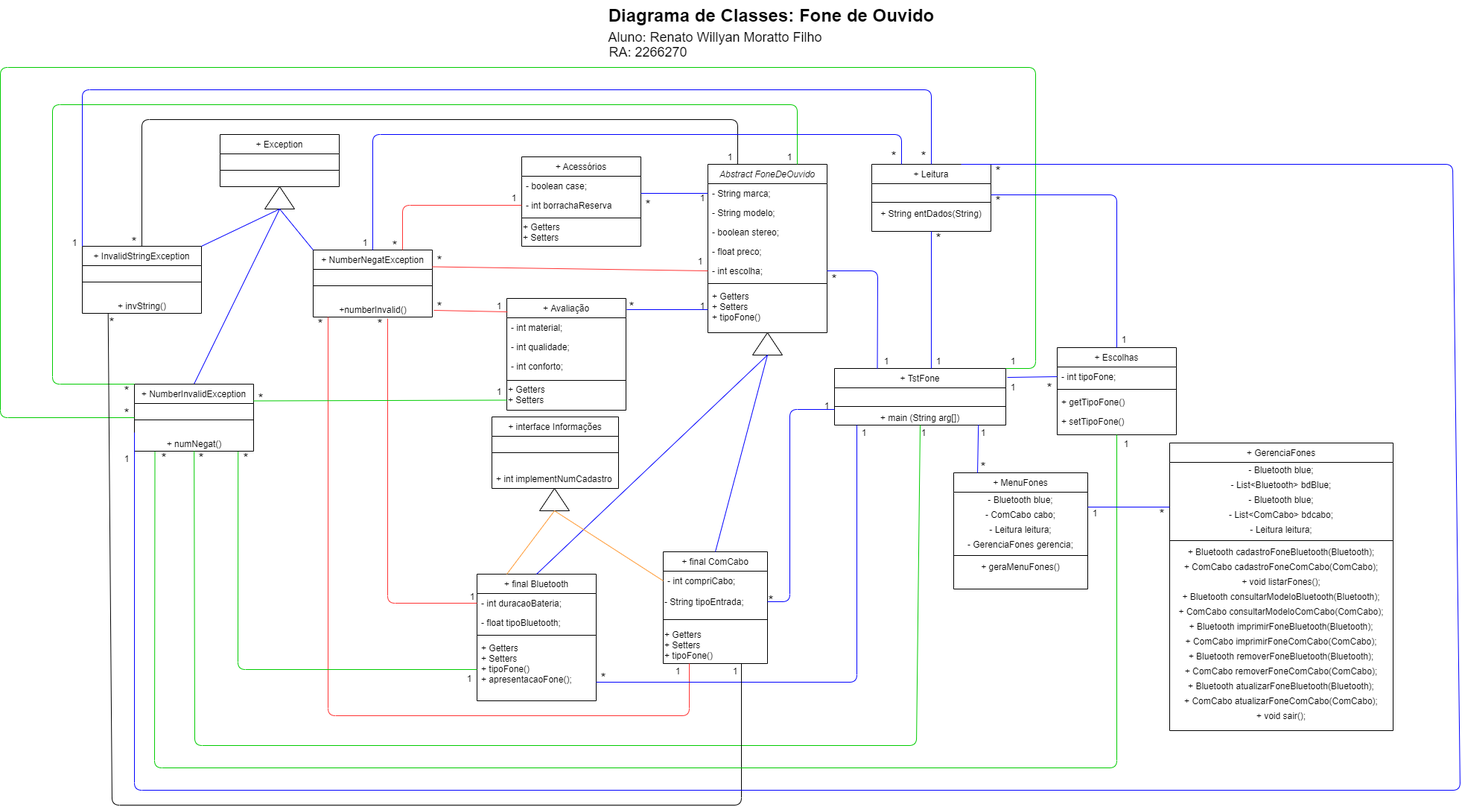
This is Diagrama de Classes - Fone de Ouvido.png from RenatoMoratto/fone-de-ouvido-java, a draw.io export, as it was before one commit. Source tidied: cells renumbered, new cells last; positions are measured from the earlier drawing's top-left corner, leaving out a move shared by most shapes.
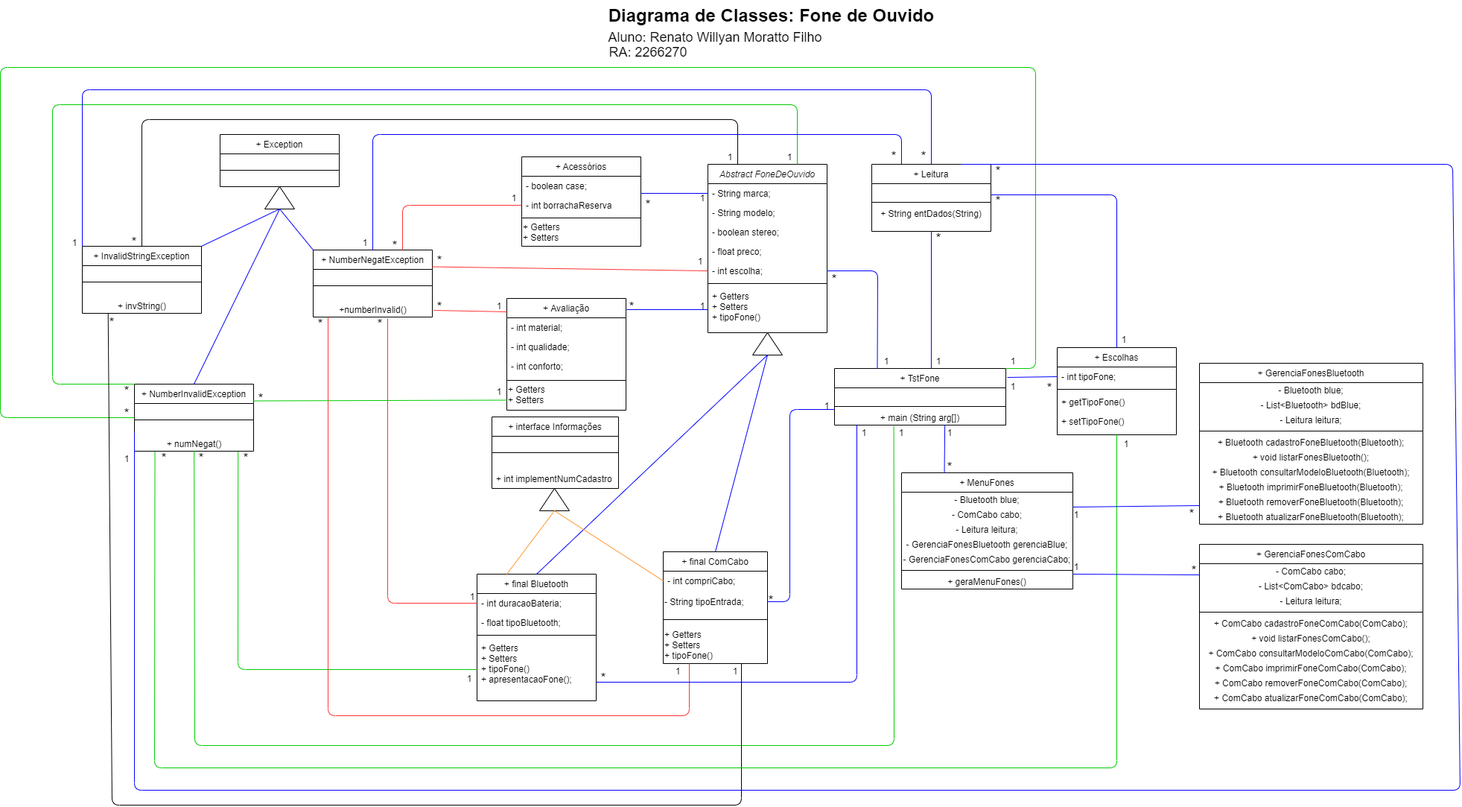
After the commit.

Diff of the diagram source:
```diff
@@ -301,11 +301,11 @@
     <mxCell id="92" value="1" style="text;html=1;strokeColor=none;fillColor=none;align=center;verticalAlign=middle;whiteSpace=wrap;" parent="1" vertex="1">
       <mxGeometry x="680" y="255" width="20" height="20" as="geometry" />
     </mxCell>
-    <mxCell id="93" style="endArrow=none;html=1;strokeColor=#00CC00;exitX=0.501;exitY=0.998;exitDx=0;exitDy=0;exitPerimeter=0;entryX=0.5;entryY=1;entryDx=0;entryDy=0;" parent="1" edge="1" source="61" target="32">
+    <mxCell id="93" style="endArrow=none;html=1;strokeColor=#00CC00;exitX=0.501;exitY=0.998;exitDx=0;exitDy=0;exitPerimeter=0;entryX=0.346;entryY=1.067;entryDx=0;entryDy=0;entryPerimeter=0;" parent="1" edge="1" source="61" target="32">
       <mxGeometry relative="1" as="geometry">
         <Array as="points">
           <mxPoint x="261" y="1000" />
-          <mxPoint x="1230" y="1000" />
+          <mxPoint x="1200" y="1000" />
         </Array>
       </mxGeometry>
     </mxCell>
@@ -313,7 +313,7 @@
       <mxGeometry x="260" y="605" width="20" height="20" as="geometry" />
     </mxCell>
     <mxCell id="95" value="1" style="text;html=1;strokeColor=none;fillColor=none;align=center;verticalAlign=middle;whiteSpace=wrap;" parent="1" vertex="1">
-      <mxGeometry x="1230" y="570" width="20" height="20" as="geometry" />
+      <mxGeometry x="1200" y="570" width="20" height="20" as="geometry" />
     </mxCell>
     <mxCell id="96" style="endArrow=none;html=1;fontSize=18;exitX=0;exitY=0.5;exitDx=0;exitDy=0;strokeColor=#00CC00;entryX=1;entryY=0;entryDx=0;entryDy=0;" parent="1" edge="1" source="59" target="29">
       <mxGeometry relative="1" as="geometry">
@@ -514,8 +514,8 @@
     <mxCell id="142" value="*" style="text;html=1;strokeColor=none;fillColor=none;align=center;verticalAlign=middle;whiteSpace=wrap;fontSize=18;" parent="1" vertex="1">
       <mxGeometry x="1190" y="200" width="20" height="20" as="geometry" />
     </mxCell>
-    <mxCell id="143" value="+ GerenciaFones" style="swimlane;fontStyle=0;align=center;verticalAlign=top;horizontal=1;startSize=26;shadow=0;strokeWidth=1;" parent="1" vertex="1">
-      <mxGeometry x="1570" y="594" width="300" height="386" as="geometry" />
+    <mxCell id="143" value="+ GerenciaFonesBluetooth" style="swimlane;fontStyle=0;align=center;verticalAlign=top;horizontal=1;startSize=26;shadow=0;strokeWidth=1;" parent="1" vertex="1">
+      <mxGeometry x="1610" y="487" width="300" height="216" as="geometry" />
     </mxCell>
     <mxCell id="144" value="- Bluetooth blue;" style="text;html=1;strokeColor=none;fillColor=none;align=center;verticalAlign=middle;whiteSpace=wrap;" parent="143" vertex="1">
       <mxGeometry y="26" width="300" height="20" as="geometry" />
@@ -523,92 +523,113 @@
     <mxCell id="145" value="- List&amp;lt;Bluetooth&amp;gt; bdBlue;" style="text;html=1;strokeColor=none;fillColor=none;align=center;verticalAlign=middle;whiteSpace=wrap;" parent="143" vertex="1">
       <mxGeometry y="46" width="300" height="20" as="geometry" />
     </mxCell>
-    <mxCell id="146" value="- Bluetooth blue;" style="text;html=1;strokeColor=none;fillColor=none;align=center;verticalAlign=middle;whiteSpace=wrap;" parent="143" vertex="1">
-      <mxGeometry y="66" width="300" height="20" as="geometry" />
-    </mxCell>
-    <mxCell id="147" value="- List&amp;lt;ComCabo&amp;gt; bdcabo;" style="text;html=1;strokeColor=none;fillColor=none;align=center;verticalAlign=middle;whiteSpace=wrap;" parent="143" vertex="1">
-      <mxGeometry y="86" width="300" height="20" as="geometry" />
-    </mxCell>
     <mxCell id="148" value="- Leitura leitura;&lt;span style=&quot;color: rgba(0 , 0 , 0 , 0) ; font-family: monospace ; font-size: 0px&quot;&gt;%3CmxGraphModel%3E%3Croot%3E%3CmxCell%20id%3D%220%22%2F%3E%3CmxCell%20id%3D%221%22%20parent%3D%220%22%2F%3E%3CmxCell%20id%3D%222%22%20value%3D%22-%20Bluetooth%20blue%3B%22%20style%3D%22text%3Bhtml%3D1%3BstrokeColor%3Dnone%3BfillColor%3Dnone%3Balign%3Dcenter%3BverticalAlign%3Dmiddle%3BwhiteSpace%3Dwrap%3B%22%20vertex%3D%221%22%20parent%3D%221%22%3E%3CmxGeometry%20x%3D%22330%22%20y%3D%22351%22%20width%3D%22160%22%20height%3D%2220%22%20as%3D%22geometry%22%2F%3E%3C%2FmxCell%3E%3C%2Froot%3E%3C%2FmxGraphModel%3E&lt;/span&gt;" style="text;html=1;strokeColor=none;fillColor=none;align=center;verticalAlign=middle;whiteSpace=wrap;" parent="143" vertex="1">
-      <mxGeometry y="106" width="300" height="20" as="geometry" />
+      <mxGeometry y="66" width="300" height="20" as="geometry" />
     </mxCell>
     <mxCell id="149" style="line;html=1;strokeWidth=1;align=left;verticalAlign=middle;spacingTop=-1;spacingLeft=3;spacingRight=3;labelPosition=right;" parent="143" vertex="1">
-      <mxGeometry y="126" width="300" height="10" as="geometry" />
+      <mxGeometry y="86" width="300" height="10" as="geometry" />
     </mxCell>
     <mxCell id="150" value="+ Bluetooth cadastroFoneBluetooth(Bluetooth);" style="text;html=1;strokeColor=none;fillColor=none;align=center;verticalAlign=middle;whiteSpace=wrap;" parent="143" vertex="1">
-      <mxGeometry y="136" width="300" height="20" as="geometry" />
+      <mxGeometry y="96" width="300" height="20" as="geometry" />
     </mxCell>
-    <mxCell id="151" value="+ ComCabo cadastroFoneComCabo(ComCabo);" style="text;html=1;strokeColor=none;fillColor=none;align=center;verticalAlign=middle;whiteSpace=wrap;" parent="143" vertex="1">
-      <mxGeometry y="156" width="300" height="20" as="geometry" />
-    </mxCell>
-    <mxCell id="152" value="+ void listarFones();" style="text;html=1;strokeColor=none;fillColor=none;align=center;verticalAlign=middle;whiteSpace=wrap;" parent="143" vertex="1">
-      <mxGeometry y="176" width="300" height="20" as="geometry" />
+    <mxCell id="152" value="+ void listarFonesBluetooth();" style="text;html=1;strokeColor=none;fillColor=none;align=center;verticalAlign=middle;whiteSpace=wrap;" parent="143" vertex="1">
+      <mxGeometry y="116" width="300" height="20" as="geometry" />
     </mxCell>
     <mxCell id="153" value="+ Bluetooth consultarModeloBluetooth(Bluetooth);" style="text;html=1;strokeColor=none;fillColor=none;align=center;verticalAlign=middle;whiteSpace=wrap;" parent="143" vertex="1">
-      <mxGeometry y="196" width="300" height="20" as="geometry" />
+      <mxGeometry y="136" width="300" height="20" as="geometry" />
     </mxCell>
-    <mxCell id="154" value="+ ComCabo consultarModeloComCabo(ComCabo);" style="text;html=1;strokeColor=none;fillColor=none;align=center;verticalAlign=middle;whiteSpace=wrap;" parent="143" vertex="1">
-      <mxGeometry y="216" width="300" height="20" as="geometry" />
-    </mxCell>
     <mxCell id="155" value="+ Bluetooth imprimirFoneBluetooth(Bluetooth);" style="text;html=1;strokeColor=none;fillColor=none;align=center;verticalAlign=middle;whiteSpace=wrap;" parent="143" vertex="1">
-      <mxGeometry y="236" width="300" height="20" as="geometry" />
+      <mxGeometry y="156" width="300" height="20" as="geometry" />
     </mxCell>
-    <mxCell id="156" value="+ ComCabo imprimirFoneComCabo(ComCabo);" style="text;html=1;strokeColor=none;fillColor=none;align=center;verticalAlign=middle;whiteSpace=wrap;" parent="143" vertex="1">
-      <mxGeometry y="256" width="300" height="20" as="geometry" />
-    </mxCell>
     <mxCell id="157" value="+ Bluetooth removerFoneBluetooth(Bluetooth);" style="text;html=1;strokeColor=none;fillColor=none;align=center;verticalAlign=middle;whiteSpace=wrap;" parent="143" vertex="1">
-      <mxGeometry y="276" width="300" height="20" as="geometry" />
+      <mxGeometry y="176" width="300" height="20" as="geometry" />
     </mxCell>
-    <mxCell id="158" value="+ ComCabo removerFoneComCabo(ComCabo);" style="text;html=1;strokeColor=none;fillColor=none;align=center;verticalAlign=middle;whiteSpace=wrap;" parent="143" vertex="1">
-      <mxGeometry y="296" width="300" height="20" as="geometry" />
-    </mxCell>
     <mxCell id="159" value="+ Bluetooth atualizarFoneBluetooth(Bluetooth);" style="text;html=1;strokeColor=none;fillColor=none;align=center;verticalAlign=middle;whiteSpace=wrap;" parent="143" vertex="1">
-      <mxGeometry y="316" width="300" height="20" as="geometry" />
+      <mxGeometry y="196" width="300" height="20" as="geometry" />
     </mxCell>
-    <mxCell id="160" value="+ ComCabo atualizarFoneComCabo(ComCabo);" style="text;html=1;strokeColor=none;fillColor=none;align=center;verticalAlign=middle;whiteSpace=wrap;" parent="143" vertex="1">
-      <mxGeometry y="336" width="300" height="20" as="geometry" />
-    </mxCell>
-    <mxCell id="161" value="+ void sair();" style="text;html=1;strokeColor=none;fillColor=none;align=center;verticalAlign=middle;whiteSpace=wrap;" parent="143" vertex="1">
-      <mxGeometry y="356" width="300" height="20" as="geometry" />
-    </mxCell>
     <mxCell id="162" value="+ MenuFones" style="swimlane;fontStyle=0;align=center;verticalAlign=top;horizontal=1;startSize=26;shadow=0;strokeWidth=1;" parent="1" vertex="1">
-      <mxGeometry x="1280" y="634" width="180" height="156" as="geometry" />
+      <mxGeometry x="1210" y="634" width="230" height="156" as="geometry" />
     </mxCell>
     <mxCell id="163" value="- Bluetooth blue;" style="text;html=1;strokeColor=none;fillColor=none;align=center;verticalAlign=middle;whiteSpace=wrap;" parent="162" vertex="1">
-      <mxGeometry y="26" width="180" height="20" as="geometry" />
+      <mxGeometry y="26" width="230" height="20" as="geometry" />
     </mxCell>
     <mxCell id="164" value="- ComCabo cabo;" style="text;html=1;strokeColor=none;fillColor=none;align=center;verticalAlign=middle;whiteSpace=wrap;" parent="162" vertex="1">
-      <mxGeometry y="46" width="180" height="20" as="geometry" />
+      <mxGeometry y="46" width="230" height="20" as="geometry" />
     </mxCell>
     <mxCell id="165" value="- Leitura leitura;&lt;span style=&quot;color: rgba(0 , 0 , 0 , 0) ; font-family: monospace ; font-size: 0px&quot;&gt;%3CmxGraphModel%3E%3Croot%3E%3CmxCell%20id%3D%220%22%2F%3E%3CmxCell%20id%3D%221%22%20parent%3D%220%22%2F%3E%3CmxCell%20id%3D%222%22%20value%3D%22-%20Bluetooth%20blue%3B%22%20style%3D%22text%3Bhtml%3D1%3BstrokeColor%3Dnone%3BfillColor%3Dnone%3Balign%3Dcenter%3BverticalAlign%3Dmiddle%3BwhiteSpace%3Dwrap%3B%22%20vertex%3D%221%22%20parent%3D%221%22%3E%3CmxGeometry%20x%3D%22330%22%20y%3D%22351%22%20width%3D%22160%22%20height%3D%2220%22%20as%3D%22geometry%22%2F%3E%3C%2FmxCell%3E%3C%2Froot%3E%3C%2FmxGraphModel%3E&lt;/span&gt;" style="text;html=1;strokeColor=none;fillColor=none;align=center;verticalAlign=middle;whiteSpace=wrap;" parent="162" vertex="1">
-      <mxGeometry y="66" width="180" height="20" as="geometry" />
+      <mxGeometry y="66" width="230" height="20" as="geometry" />
     </mxCell>
-    <mxCell id="166" value="- GerenciaFones gerencia;" style="text;html=1;strokeColor=none;fillColor=none;align=center;verticalAlign=middle;whiteSpace=wrap;" parent="162" vertex="1">
-      <mxGeometry y="86" width="180" height="20" as="geometry" />
+    <mxCell id="166" value="- GerenciaFonesBluetooth gerenciaBlue;" style="text;html=1;strokeColor=none;fillColor=none;align=center;verticalAlign=middle;whiteSpace=wrap;" parent="162" vertex="1">
+      <mxGeometry y="86" width="230" height="20" as="geometry" />
     </mxCell>
+    <mxCell id="175" value="- GerenciaFonesComCabo gerenciaCabo;" style="text;html=1;strokeColor=none;fillColor=none;align=center;verticalAlign=middle;whiteSpace=wrap;" parent="162" vertex="1">
+      <mxGeometry y="106" width="230" height="20" as="geometry" />
+    </mxCell>
     <mxCell id="167" style="line;html=1;strokeWidth=1;align=left;verticalAlign=middle;spacingTop=-1;spacingLeft=3;spacingRight=3;labelPosition=right;" parent="162" vertex="1">
-      <mxGeometry y="106" width="180" height="10" as="geometry" />
+      <mxGeometry y="126" width="230" height="10" as="geometry" />
     </mxCell>
     <mxCell id="168" value="+ geraMenuFones()" style="text;html=1;strokeColor=none;fillColor=none;align=center;verticalAlign=middle;whiteSpace=wrap;" parent="162" vertex="1">
-      <mxGeometry y="116" width="180" height="20" as="geometry" />
+      <mxGeometry y="136" width="230" height="20" as="geometry" />
     </mxCell>
-    <mxCell id="169" style="endArrow=none;html=1;fontSize=18;strokeColor=#0000FF;exitX=0.178;exitY=0.001;exitDx=0;exitDy=0;exitPerimeter=0;entryX=0.84;entryY=0.98;entryDx=0;entryDy=0;entryPerimeter=0;" parent="1" edge="1" source="162" target="32">
+    <mxCell id="169" style="endArrow=none;html=1;fontSize=18;strokeColor=#0000FF;exitX=0.25;exitY=0;exitDx=0;exitDy=0;entryX=0.644;entryY=0.992;entryDx=0;entryDy=0;entryPerimeter=0;" parent="1" edge="1" source="162" target="32">
       <mxGeometry relative="1" as="geometry" />
     </mxCell>
     <mxCell id="170" value="1" style="text;html=1;strokeColor=none;fillColor=none;align=center;verticalAlign=middle;whiteSpace=wrap;" parent="1" vertex="1">
-      <mxGeometry x="1310" y="570" width="20" height="20" as="geometry" />
+      <mxGeometry x="1265" y="570" width="20" height="20" as="geometry" />
     </mxCell>
     <mxCell id="171" value="*" style="text;html=1;strokeColor=none;fillColor=none;align=center;verticalAlign=middle;whiteSpace=wrap;fontSize=18;" parent="1" vertex="1">
-      <mxGeometry x="1310" y="619" width="20" height="15" as="geometry" />
+      <mxGeometry x="1265" y="619" width="20" height="15" as="geometry" />
     </mxCell>
-    <mxCell id="172" style="endArrow=none;html=1;fontSize=18;strokeColor=#0000FF;exitX=1;exitY=0;exitDx=0;exitDy=0;entryX=0;entryY=0;entryDx=0;entryDy=0;" parent="1" edge="1" source="164" target="147">
+    <mxCell id="172" style="endArrow=none;html=1;fontSize=18;strokeColor=#0000FF;exitX=1;exitY=0;exitDx=0;exitDy=0;entryX=0;entryY=0.75;entryDx=0;entryDy=0;" parent="1" edge="1" source="164" target="157">
       <mxGeometry relative="1" as="geometry" />
     </mxCell>
     <mxCell id="173" value="*" style="text;html=1;strokeColor=none;fillColor=none;align=center;verticalAlign=middle;whiteSpace=wrap;fontSize=18;" parent="1" vertex="1">
-      <mxGeometry x="1550" y="682.5" width="20" height="15" as="geometry" />
+      <mxGeometry x="1590" y="682.5" width="20" height="15" as="geometry" />
     </mxCell>
     <mxCell id="174" value="1" style="text;html=1;strokeColor=none;fillColor=none;align=center;verticalAlign=middle;whiteSpace=wrap;" parent="1" vertex="1">
-      <mxGeometry x="1460" y="677.5" width="20" height="20" as="geometry" />
+      <mxGeometry x="1440" y="680" width="10" height="20" as="geometry" />
     </mxCell>
+    <mxCell id="176" value="+ GerenciaFonesComCabo" style="swimlane;fontStyle=0;align=center;verticalAlign=top;horizontal=1;startSize=26;shadow=0;strokeWidth=1;" parent="1" vertex="1">
+      <mxGeometry x="1610" y="730" width="300" height="221" as="geometry" />
+    </mxCell>
+    <mxCell id="177" value="- ComCabo cabo;" style="text;html=1;strokeColor=none;fillColor=none;align=center;verticalAlign=middle;whiteSpace=wrap;" parent="176" vertex="1">
+      <mxGeometry y="26" width="300" height="20" as="geometry" />
+    </mxCell>
+    <mxCell id="147" value="- List&amp;lt;ComCabo&amp;gt; bdcabo;" style="text;html=1;strokeColor=none;fillColor=none;align=center;verticalAlign=middle;whiteSpace=wrap;" parent="176" vertex="1">
+      <mxGeometry y="46" width="300" height="20" as="geometry" />
+    </mxCell>
+    <mxCell id="178" value="- Leitura leitura;&lt;span style=&quot;color: rgba(0 , 0 , 0 , 0) ; font-family: monospace ; font-size: 0px&quot;&gt;%3CmxGraphModel%3E%3Croot%3E%3CmxCell%20id%3D%220%22%2F%3E%3CmxCell%20id%3D%221%22%20parent%3D%220%22%2F%3E%3CmxCell%20id%3D%222%22%20value%3D%22-%20Bluetooth%20blue%3B%22%20style%3D%22text%3Bhtml%3D1%3BstrokeColor%3Dnone%3BfillColor%3Dnone%3Balign%3Dcenter%3BverticalAlign%3Dmiddle%3BwhiteSpace%3Dwrap%3B%22%20vertex%3D%221%22%20parent%3D%221%22%3E%3CmxGeometry%20x%3D%22330%22%20y%3D%22351%22%20width%3D%22160%22%20height%3D%2220%22%20as%3D%22geometry%22%2F%3E%3C%2FmxCell%3E%3C%2Froot%3E%3C%2FmxGraphModel%3E&lt;/span&gt;" style="text;html=1;strokeColor=none;fillColor=none;align=center;verticalAlign=middle;whiteSpace=wrap;" parent="176" vertex="1">
+      <mxGeometry y="66" width="300" height="20" as="geometry" />
+    </mxCell>
+    <mxCell id="179" style="line;html=1;strokeWidth=1;align=left;verticalAlign=middle;spacingTop=-1;spacingLeft=3;spacingRight=3;labelPosition=right;" parent="176" vertex="1">
+      <mxGeometry y="86" width="300" height="10" as="geometry" />
+    </mxCell>
+    <mxCell id="151" value="+ ComCabo cadastroFoneComCabo(ComCabo);" style="text;html=1;strokeColor=none;fillColor=none;align=center;verticalAlign=middle;whiteSpace=wrap;" parent="176" vertex="1">
+      <mxGeometry y="96" width="300" height="20" as="geometry" />
+    </mxCell>
+    <mxCell id="180" value="+ void listarFonesComCabo();" style="text;html=1;strokeColor=none;fillColor=none;align=center;verticalAlign=middle;whiteSpace=wrap;" parent="176" vertex="1">
+      <mxGeometry y="116" width="300" height="20" as="geometry" />
+    </mxCell>
+    <mxCell id="154" value="+ ComCabo consultarModeloComCabo(ComCabo);" style="text;html=1;strokeColor=none;fillColor=none;align=center;verticalAlign=middle;whiteSpace=wrap;" parent="176" vertex="1">
+      <mxGeometry y="136" width="300" height="20" as="geometry" />
+    </mxCell>
+    <mxCell id="156" value="+ ComCabo imprimirFoneComCabo(ComCabo);" style="text;html=1;strokeColor=none;fillColor=none;align=center;verticalAlign=middle;whiteSpace=wrap;" parent="176" vertex="1">
+      <mxGeometry y="156" width="300" height="20" as="geometry" />
+    </mxCell>
+    <mxCell id="158" value="+ ComCabo removerFoneComCabo(ComCabo);" style="text;html=1;strokeColor=none;fillColor=none;align=center;verticalAlign=middle;whiteSpace=wrap;" parent="176" vertex="1">
+      <mxGeometry y="176" width="300" height="20" as="geometry" />
+    </mxCell>
+    <mxCell id="160" value="+ ComCabo atualizarFoneComCabo(ComCabo);" style="text;html=1;strokeColor=none;fillColor=none;align=center;verticalAlign=middle;whiteSpace=wrap;" parent="176" vertex="1">
+      <mxGeometry y="196" width="300" height="20" as="geometry" />
+    </mxCell>
+    <mxCell id="181" style="endArrow=none;html=1;fontSize=18;strokeColor=#0000FF;exitX=1;exitY=0;exitDx=0;exitDy=0;entryX=0;entryY=0.75;entryDx=0;entryDy=0;" parent="1" edge="1" source="168" target="177">
+      <mxGeometry relative="1" as="geometry" />
+    </mxCell>
+    <mxCell id="182" value="*" style="text;html=1;strokeColor=none;fillColor=none;align=center;verticalAlign=middle;whiteSpace=wrap;fontSize=18;" parent="1" vertex="1">
+      <mxGeometry x="1593" y="758" width="20" height="15" as="geometry" />
+    </mxCell>
+    <mxCell id="183" value="1" style="text;html=1;strokeColor=none;fillColor=none;align=center;verticalAlign=middle;whiteSpace=wrap;" parent="1" vertex="1">
+      <mxGeometry x="1440" y="750" width="10" height="20" as="geometry" />
+    </mxCell>
   </root>
 </mxGraphModel>
```
